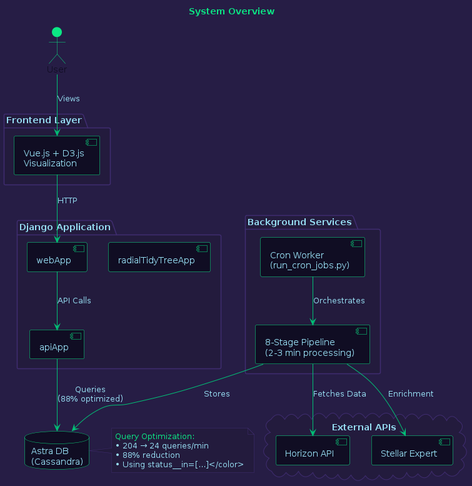
Before: diagrams/01_system_overview.png, a diagram exported from PlantUML (areveur51/StellarMapWeb).
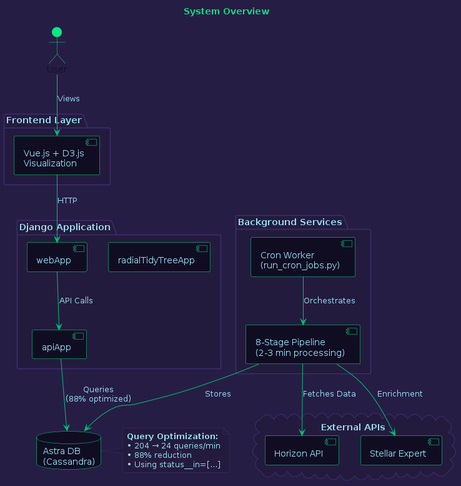
The same diagram one commit later.

Commit message:
Update diagram text to remove unnecessary color formatting

What changed in the source:
```diff
@@ -40,7 +40,7 @@
   FontColor #96DDF2
 }
 
-title <color:#0BE784>System Overview</color>
+title <color:#0BE784>System Overview
 
 actor User #0BE784
 
@@ -76,10 +76,10 @@
 Pipeline -[#01C176]-> DB : "Stores"
 
 note right of DB #231B3D
-  <color:#0BE784>Query Optimization:</color>
-  <color:#96DDF2>• 204 → 24 queries/min
+  **Query Optimization:**
+  • 204 → 24 queries/min
   • 88% reduction
-  • Using status__in=[...]</color>
+  • Using status__in=[...]
 end note
 
 @enduml
```
